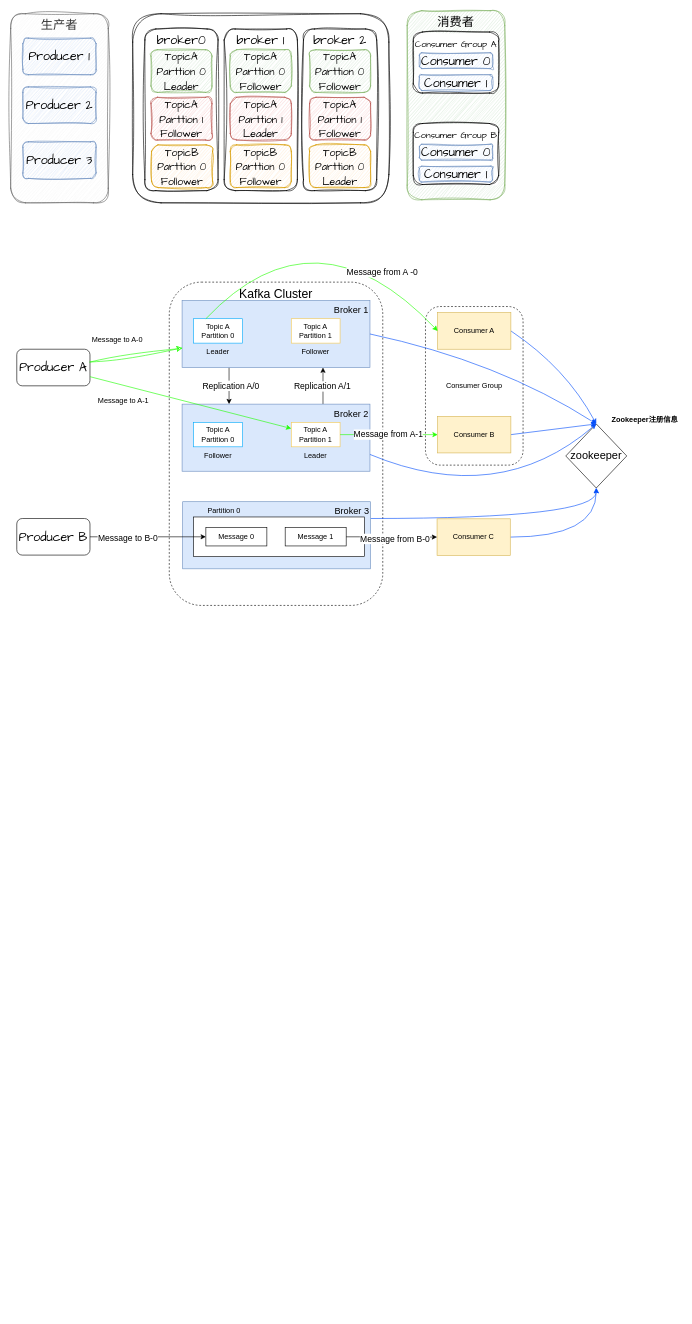
Earlier version of the draw.io diagram Kafka.drawio (codingpaidaxing/draw). Source tidied: cells renumbered, new cells numbered last; positions are measured from the earlier drawing's top-left corner, leaving out a move shared by most shapes. Both pictures are drawn from the tidied source at 61%, with x=0, y=0 at pixel (10, 10).
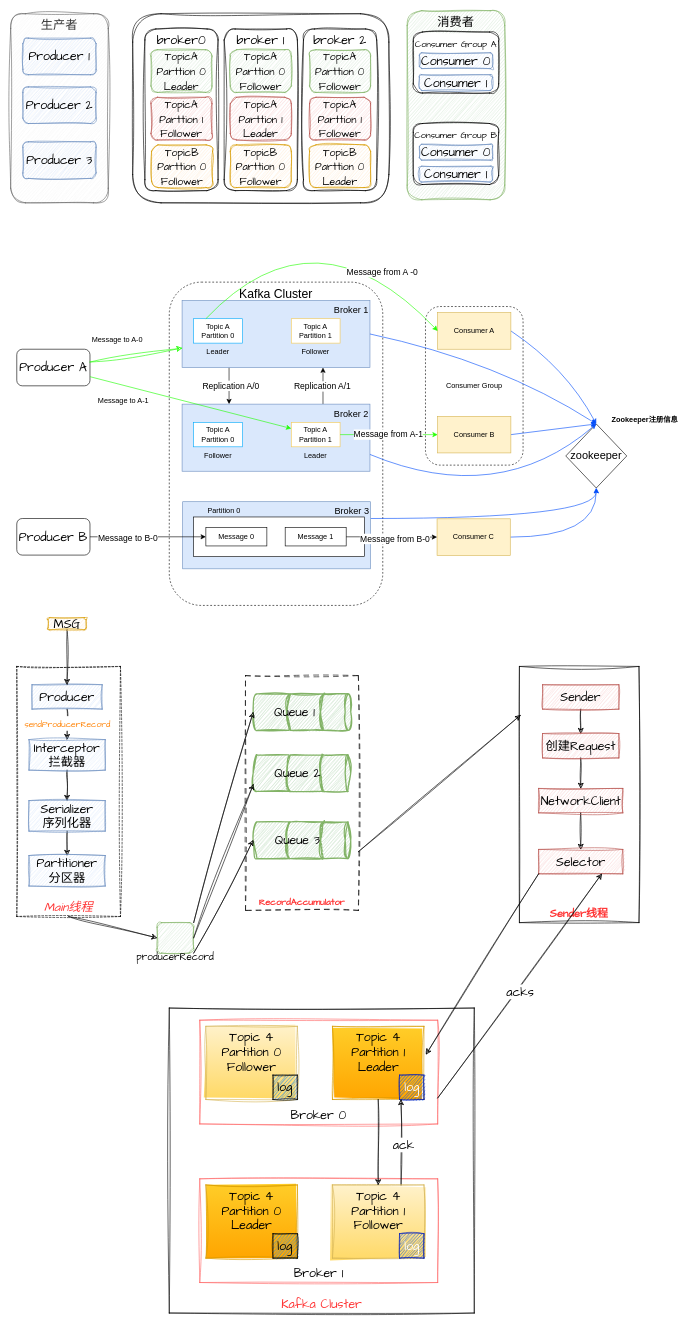
Above is the later version.

What changed in the source:
```diff
@@
+    <mxCell id="72" value="&lt;font color=&quot;#ff3333&quot;&gt;Kafka Cluster&lt;/font&gt;" style="rounded=0;whiteSpace=wrap;html=1;sketch=1;hachureGap=4;jiggle=2;curveFitting=1;fontFamily=Architects Daughter;fontSize=20;verticalAlign=bottom;" parent="1" vertex="1">
+      <mxGeometry x="260" y="1635" width="500" height="500" as="geometry" />
+    </mxCell>
+    <mxCell id="73" value="Broker 0" style="rounded=0;whiteSpace=wrap;html=1;sketch=1;hachureGap=4;jiggle=2;curveFitting=1;fontFamily=Architects Daughter;fontSize=20;verticalAlign=bottom;strokeColor=#FF6666;" parent="1" vertex="1">
+      <mxGeometry x="310" y="1655" width="390" height="170" as="geometry" />
+    </mxCell>
@@
+    <mxCell id="74" style="rounded=0;sketch=1;hachureGap=4;jiggle=2;curveFitting=1;jettySize=auto;html=1;exitX=0.5;exitY=1;exitDx=0;exitDy=0;fontFamily=Architects Daughter;fontSize=16;entryX=0;entryY=0.5;entryDx=0;entryDy=0;" parent="1" edge="1" source="75" target="86">
+      <mxGeometry relative="1" as="geometry" />
+    </mxCell>
+    <mxCell id="75" value="&lt;i&gt;&lt;font color=&quot;#ff3333&quot;&gt;Main线程&lt;/font&gt;&lt;/i&gt;" style="rounded=0;whiteSpace=wrap;html=1;sketch=1;hachureGap=4;jiggle=2;curveFitting=1;fontFamily=Architects Daughter;fontSize=20;dashed=1;verticalAlign=bottom;" parent="1" vertex="1">
+      <mxGeometry x="10" y="1075" width="170" height="410" as="geometry" />
+    </mxCell>
+    <mxCell id="76" style="edgeStyle=orthogonalEdgeStyle;rounded=0;sketch=1;hachureGap=4;jiggle=2;curveFitting=1;jettySize=auto;html=1;exitX=0.5;exitY=1;exitDx=0;exitDy=0;fontFamily=Architects Daughter;fontSize=16;" parent="1" edge="1" source="78" target="80">
+      <mxGeometry relative="1" as="geometry" />
+    </mxCell>
+    <mxCell id="77" value="&lt;font color=&quot;#ff8000&quot; style=&quot;font-size: 14px;&quot;&gt;sendProducerRecord&lt;/font&gt;" style="edgeLabel;html=1;align=center;verticalAlign=middle;fontSize=20;fontFamily=Architects Daughter;" parent="76" vertex="1">
+      <mxGeometry x="-0.12" relative="1" as="geometry" />
+    </mxCell>
+    <mxCell id="78" value="Producer" style="rounded=0;whiteSpace=wrap;html=1;sketch=1;hachureGap=4;jiggle=2;curveFitting=1;fontFamily=Architects Daughter;fontSize=20;fillColor=#dae8fc;strokeColor=#6c8ebf;" parent="1" vertex="1">
+      <mxGeometry x="35" y="1105" width="115" height="40" as="geometry" />
+    </mxCell>
+    <mxCell id="79" style="edgeStyle=orthogonalEdgeStyle;rounded=0;sketch=1;hachureGap=4;jiggle=2;curveFitting=1;jettySize=auto;html=1;exitX=0.5;exitY=1;exitDx=0;exitDy=0;fontFamily=Architects Daughter;fontSize=16;" parent="1" edge="1" source="80" target="82">
+      <mxGeometry relative="1" as="geometry" />
+    </mxCell>
+    <mxCell id="80" value="Interceptor&lt;br&gt;拦截器" style="rounded=0;whiteSpace=wrap;html=1;sketch=1;hachureGap=4;jiggle=2;curveFitting=1;fontFamily=Architects Daughter;fontSize=20;fillColor=#dae8fc;strokeColor=#6c8ebf;" parent="1" vertex="1">
+      <mxGeometry x="30" y="1195" width="125" height="50" as="geometry" />
+    </mxCell>
+    <mxCell id="81" style="edgeStyle=orthogonalEdgeStyle;rounded=0;sketch=1;hachureGap=4;jiggle=2;curveFitting=1;jettySize=auto;html=1;exitX=0.5;exitY=1;exitDx=0;exitDy=0;entryX=0.5;entryY=0;entryDx=0;entryDy=0;fontFamily=Architects Daughter;fontSize=16;" parent="1" edge="1" source="82" target="83">
+      <mxGeometry relative="1" as="geometry" />
+    </mxCell>
+    <mxCell id="82" value="Serializer&lt;br&gt;序列化器" style="rounded=0;whiteSpace=wrap;html=1;sketch=1;hachureGap=4;jiggle=2;curveFitting=1;fontFamily=Architects Daughter;fontSize=20;fillColor=#dae8fc;strokeColor=#6c8ebf;" parent="1" vertex="1">
+      <mxGeometry x="30" y="1295" width="125" height="50" as="geometry" />
+    </mxCell>
+    <mxCell id="83" value="Partitioner&lt;br&gt;分区器" style="rounded=0;whiteSpace=wrap;html=1;sketch=1;hachureGap=4;jiggle=2;curveFitting=1;fontFamily=Architects Daughter;fontSize=20;fillColor=#dae8fc;strokeColor=#6c8ebf;" parent="1" vertex="1">
+      <mxGeometry x="30" y="1385" width="125" height="50" as="geometry" />
+    </mxCell>
+    <mxCell id="84" style="edgeStyle=orthogonalEdgeStyle;rounded=0;sketch=1;hachureGap=4;jiggle=2;curveFitting=1;jettySize=auto;html=1;exitX=0.5;exitY=1;exitDx=0;exitDy=0;fontFamily=Architects Daughter;fontSize=16;" parent="1" edge="1" source="85" target="78">
+      <mxGeometry relative="1" as="geometry" />
+    </mxCell>
+    <mxCell id="85" value="MSG" style="rounded=1;whiteSpace=wrap;html=1;sketch=1;hachureGap=4;jiggle=2;curveFitting=1;fontFamily=Architects Daughter;fontSize=20;fillColor=#ffe6cc;strokeColor=#d79b00;" parent="1" vertex="1">
+      <mxGeometry x="61.2" y="995" width="62.5" height="20" as="geometry" />
+    </mxCell>
+    <mxCell id="86" style="rounded=1;whiteSpace=wrap;html=1;sketch=1;hachureGap=4;jiggle=2;curveFitting=1;fontFamily=Architects Daughter;fontSize=20;fillColor=#d5e8d4;strokeColor=#82b366;" parent="1" vertex="1">
+      <mxGeometry x="240" y="1495" width="60" height="50" as="geometry" />
+    </mxCell>
+    <mxCell id="87" value="&lt;font style=&quot;font-size: 16px;&quot;&gt;producerRecord&lt;/font&gt;" style="text;html=1;strokeColor=none;fillColor=none;align=center;verticalAlign=middle;whiteSpace=wrap;rounded=0;fontSize=20;fontFamily=Architects Daughter;" parent="1" vertex="1">
+      <mxGeometry x="240" y="1535" width="60" height="30" as="geometry" />
+    </mxCell>
+    <mxCell id="88" value="&lt;font style=&quot;font-size: 15px;&quot;&gt;RecordAccumulator&lt;/font&gt;" style="rounded=0;whiteSpace=wrap;html=1;sketch=1;hachureGap=4;jiggle=2;curveFitting=1;fontFamily=Architects Daughter;fontSize=20;verticalAlign=bottom;fontStyle=1;fontColor=#FF3333;dashed=1;dashPattern=8 8;" parent="1" vertex="1">
+      <mxGeometry x="385" y="1090" width="185" height="385" as="geometry" />
+    </mxCell>
+    <mxCell id="89" style="strokeWidth=2;html=1;shape=mxgraph.flowchart.stored_data;whiteSpace=wrap;sketch=1;hachureGap=4;jiggle=2;curveFitting=1;fontFamily=Architects Daughter;fontSize=20;fillColor=#d5e8d4;strokeColor=#82b366;" parent="1" vertex="1">
+      <mxGeometry x="452.5" y="1120" width="60" height="60" as="geometry" />
+    </mxCell>
+    <mxCell id="90" style="strokeWidth=2;html=1;shape=mxgraph.flowchart.direct_data;whiteSpace=wrap;sketch=1;hachureGap=4;jiggle=2;curveFitting=1;fontFamily=Architects Daughter;fontSize=20;fillColor=#d5e8d4;strokeColor=#82b366;" parent="1" vertex="1">
+      <mxGeometry x="507.5" y="1120" width="50" height="60" as="geometry" />
+    </mxCell>
+    <mxCell id="91" style="strokeWidth=2;html=1;shape=mxgraph.flowchart.stored_data;whiteSpace=wrap;sketch=1;hachureGap=4;jiggle=2;curveFitting=1;fontFamily=Architects Daughter;fontSize=20;fillColor=#d5e8d4;strokeColor=#82b366;" parent="1" vertex="1">
+      <mxGeometry x="397.5" y="1120" width="59" height="60" as="geometry" />
+    </mxCell>
+    <mxCell id="92" value="Queue 1" style="text;html=1;strokeColor=none;fillColor=none;align=center;verticalAlign=middle;whiteSpace=wrap;rounded=0;fontSize=20;fontFamily=Architects Daughter;" parent="1" vertex="1">
+      <mxGeometry x="422.5" y="1135" width="85" height="30" as="geometry" />
+    </mxCell>
+    <mxCell id="93" style="strokeWidth=2;html=1;shape=mxgraph.flowchart.stored_data;whiteSpace=wrap;sketch=1;hachureGap=4;jiggle=2;curveFitting=1;fontFamily=Architects Daughter;fontSize=20;fillColor=#d5e8d4;strokeColor=#82b366;" parent="1" vertex="1">
+      <mxGeometry x="452.5" y="1220" width="60" height="60" as="geometry" />
+    </mxCell>
+    <mxCell id="94" style="strokeWidth=2;html=1;shape=mxgraph.flowchart.direct_data;whiteSpace=wrap;sketch=1;hachureGap=4;jiggle=2;curveFitting=1;fontFamily=Architects Daughter;fontSize=20;fillColor=#d5e8d4;strokeColor=#82b366;" parent="1" vertex="1">
+      <mxGeometry x="507.5" y="1220" width="50" height="60" as="geometry" />
+    </mxCell>
+    <mxCell id="95" style="strokeWidth=2;html=1;shape=mxgraph.flowchart.stored_data;whiteSpace=wrap;sketch=1;hachureGap=4;jiggle=2;curveFitting=1;fontFamily=Architects Daughter;fontSize=20;fillColor=#d5e8d4;strokeColor=#82b366;" parent="1" vertex="1">
+      <mxGeometry x="397.5" y="1220" width="59" height="60" as="geometry" />
+    </mxCell>
+    <mxCell id="96" value="Queue 2" style="text;html=1;strokeColor=none;fillColor=none;align=center;verticalAlign=middle;whiteSpace=wrap;rounded=0;fontSize=20;fontFamily=Architects Daughter;" parent="1" vertex="1">
+      <mxGeometry x="422.5" y="1235" width="95" height="30" as="geometry" />
+    </mxCell>
+    <mxCell id="97" style="strokeWidth=2;html=1;shape=mxgraph.flowchart.stored_data;whiteSpace=wrap;sketch=1;hachureGap=4;jiggle=2;curveFitting=1;fontFamily=Architects Daughter;fontSize=20;fillColor=#d5e8d4;strokeColor=#82b366;" parent="1" vertex="1">
+      <mxGeometry x="452.5" y="1330" width="60" height="60" as="geometry" />
+    </mxCell>
+    <mxCell id="98" style="strokeWidth=2;html=1;shape=mxgraph.flowchart.direct_data;whiteSpace=wrap;sketch=1;hachureGap=4;jiggle=2;curveFitting=1;fontFamily=Architects Daughter;fontSize=20;fillColor=#d5e8d4;strokeColor=#82b366;" parent="1" vertex="1">
+      <mxGeometry x="507.5" y="1330" width="50" height="60" as="geometry" />
+    </mxCell>
+    <mxCell id="99" style="strokeWidth=2;html=1;shape=mxgraph.flowchart.stored_data;whiteSpace=wrap;sketch=1;hachureGap=4;jiggle=2;curveFitting=1;fontFamily=Architects Daughter;fontSize=20;fillColor=#d5e8d4;strokeColor=#82b366;" parent="1" vertex="1">
+      <mxGeometry x="397.5" y="1330" width="59" height="60" as="geometry" />
+    </mxCell>
+    <mxCell id="100" value="Queue 3" style="text;html=1;strokeColor=none;fillColor=none;align=center;verticalAlign=middle;whiteSpace=wrap;rounded=0;fontSize=20;fontFamily=Architects Daughter;" parent="1" vertex="1">
+      <mxGeometry x="422.5" y="1345" width="95" height="30" as="geometry" />
+    </mxCell>
+    <mxCell id="101" style="rounded=0;sketch=1;hachureGap=4;jiggle=2;curveFitting=1;jettySize=auto;html=1;exitX=1;exitY=0;exitDx=0;exitDy=0;entryX=0;entryY=0.5;entryDx=0;entryDy=0;entryPerimeter=0;fontFamily=Architects Daughter;fontSize=16;" parent="1" edge="1" source="86" target="91">
+      <mxGeometry relative="1" as="geometry" />
+    </mxCell>
+    <mxCell id="102" style="rounded=0;sketch=1;hachureGap=4;jiggle=2;curveFitting=1;jettySize=auto;html=1;exitX=1;exitY=0.5;exitDx=0;exitDy=0;entryX=0.008;entryY=0.8;entryDx=0;entryDy=0;entryPerimeter=0;fontFamily=Architects Daughter;fontSize=16;" parent="1" edge="1" source="86" target="95">
+      <mxGeometry relative="1" as="geometry" />
+    </mxCell>
+    <mxCell id="103" style="rounded=0;sketch=1;hachureGap=4;jiggle=2;curveFitting=1;jettySize=auto;html=1;exitX=1;exitY=1;exitDx=0;exitDy=0;entryX=0;entryY=0.5;entryDx=0;entryDy=0;entryPerimeter=0;fontFamily=Architects Daughter;fontSize=16;" parent="1" edge="1" source="86" target="99">
+      <mxGeometry relative="1" as="geometry" />
+    </mxCell>
+    <mxCell id="104" value="&lt;font color=&quot;#ff3333&quot; style=&quot;font-size: 18px;&quot;&gt;&lt;b&gt;Sender线程&lt;/b&gt;&lt;/font&gt;" style="rounded=0;whiteSpace=wrap;html=1;sketch=1;hachureGap=4;jiggle=2;curveFitting=1;fontFamily=Architects Daughter;fontSize=20;verticalAlign=bottom;fontColor=#401212;" parent="1" vertex="1">
+      <mxGeometry x="834" y="1075" width="196" height="420" as="geometry" />
+    </mxCell>
+    <mxCell id="105" style="edgeStyle=orthogonalEdgeStyle;rounded=0;sketch=1;hachureGap=4;jiggle=2;curveFitting=1;jettySize=auto;html=1;exitX=0.5;exitY=1;exitDx=0;exitDy=0;entryX=0.5;entryY=0;entryDx=0;entryDy=0;fontFamily=Architects Daughter;fontSize=16;" parent="1" edge="1" source="106" target="108">
+      <mxGeometry relative="1" as="geometry" />
+    </mxCell>
+    <mxCell id="106" value="Sender" style="rounded=0;whiteSpace=wrap;html=1;sketch=1;hachureGap=4;jiggle=2;curveFitting=1;fontFamily=Architects Daughter;fontSize=20;fillColor=#f8cecc;strokeColor=#b85450;" parent="1" vertex="1">
+      <mxGeometry x="872" y="1105" width="125" height="40" as="geometry" />
+    </mxCell>
+    <mxCell id="107" style="edgeStyle=orthogonalEdgeStyle;rounded=0;sketch=1;hachureGap=4;jiggle=2;curveFitting=1;jettySize=auto;html=1;exitX=0.5;exitY=1;exitDx=0;exitDy=0;entryX=0.5;entryY=0;entryDx=0;entryDy=0;fontFamily=Architects Daughter;fontSize=16;" parent="1" edge="1" source="108" target="110">
+      <mxGeometry relative="1" as="geometry" />
+    </mxCell>
+    <mxCell id="108" value="创建Request" style="rounded=0;whiteSpace=wrap;html=1;sketch=1;hachureGap=4;jiggle=2;curveFitting=1;fontFamily=Architects Daughter;fontSize=20;fillColor=#f8cecc;strokeColor=#b85450;" parent="1" vertex="1">
+      <mxGeometry x="872" y="1185" width="125" height="40" as="geometry" />
+    </mxCell>
+    <mxCell id="109" style="edgeStyle=orthogonalEdgeStyle;rounded=0;sketch=1;hachureGap=4;jiggle=2;curveFitting=1;jettySize=auto;html=1;fontFamily=Architects Daughter;fontSize=16;" parent="1" edge="1" source="110" target="111">
+      <mxGeometry relative="1" as="geometry" />
+    </mxCell>
+    <mxCell id="110" value="NetworkClient" style="rounded=0;whiteSpace=wrap;html=1;sketch=1;hachureGap=4;jiggle=2;curveFitting=1;fontFamily=Architects Daughter;fontSize=20;fillColor=#f8cecc;strokeColor=#b85450;" parent="1" vertex="1">
+      <mxGeometry x="865.5" y="1275" width="138" height="40" as="geometry" />
+    </mxCell>
+    <mxCell id="111" value="Selector" style="rounded=0;whiteSpace=wrap;html=1;sketch=1;hachureGap=4;jiggle=2;curveFitting=1;fontFamily=Architects Daughter;fontSize=20;fillColor=#f8cecc;strokeColor=#b85450;" parent="1" vertex="1">
+      <mxGeometry x="865.5" y="1375" width="138" height="40" as="geometry" />
+    </mxCell>
+    <mxCell id="112" style="rounded=0;sketch=1;hachureGap=4;jiggle=2;curveFitting=1;jettySize=auto;html=1;exitX=1;exitY=0.75;exitDx=0;exitDy=0;entryX=0.01;entryY=0.19;entryDx=0;entryDy=0;entryPerimeter=0;fontFamily=Architects Daughter;fontSize=16;" parent="1" edge="1" source="88" target="104">
+      <mxGeometry relative="1" as="geometry" />
+    </mxCell>
+    <mxCell id="113" value="Topic 4&lt;br&gt;Partition 0&lt;br&gt;Follower" style="rounded=0;whiteSpace=wrap;html=1;sketch=1;hachureGap=4;jiggle=2;curveFitting=1;fontFamily=Architects Daughter;fontSize=20;verticalAlign=top;fillColor=#fff2cc;strokeColor=#d6b656;gradientColor=#ffd966;" parent="1" vertex="1">
+      <mxGeometry x="320" y="1665" width="150" height="120" as="geometry" />
+    </mxCell>
+    <mxCell id="114" value="log" style="rounded=0;whiteSpace=wrap;html=1;sketch=1;hachureGap=4;jiggle=2;curveFitting=1;fontFamily=Architects Daughter;fontSize=20;fillColor=#0080ff;" parent="1" vertex="1">
+      <mxGeometry x="430" y="1745" width="40" height="40" as="geometry" />
+    </mxCell>
+    <mxCell id="115" value="Topic 4&lt;br&gt;Partition 1&lt;br&gt;Leader" style="rounded=0;whiteSpace=wrap;html=1;sketch=1;hachureGap=4;jiggle=2;curveFitting=1;fontFamily=Architects Daughter;fontSize=20;verticalAlign=top;fillColor=#ffcd28;strokeColor=#d79b00;gradientColor=#ffa500;" parent="1" vertex="1">
+      <mxGeometry x="527.5" y="1665" width="150" height="120" as="geometry" />
+    </mxCell>
+    <mxCell id="116" value="log" style="rounded=0;whiteSpace=wrap;html=1;sketch=1;hachureGap=4;jiggle=2;curveFitting=1;fontFamily=Architects Daughter;fontSize=20;fillColor=#0050ef;strokeColor=#001DBC;fontColor=#ffffff;" parent="1" vertex="1">
+      <mxGeometry x="637.5" y="1745" width="40" height="40" as="geometry" />
+    </mxCell>
+    <mxCell id="117" value="Broker 1" style="rounded=0;whiteSpace=wrap;html=1;sketch=1;hachureGap=4;jiggle=2;curveFitting=1;fontFamily=Architects Daughter;fontSize=20;verticalAlign=bottom;strokeColor=#FF6666;" parent="1" vertex="1">
+      <mxGeometry x="310" y="1915" width="390" height="170" as="geometry" />
+    </mxCell>
+    <mxCell id="118" value="Topic 4&lt;br&gt;Partition 0&lt;br&gt;Leader" style="rounded=0;whiteSpace=wrap;html=1;sketch=1;hachureGap=4;jiggle=2;curveFitting=1;fontFamily=Architects Daughter;fontSize=20;verticalAlign=top;fillColor=#ffcd28;strokeColor=#d79b00;gradientColor=#ffa500;" parent="1" vertex="1">
+      <mxGeometry x="320" y="1925" width="150" height="120" as="geometry" />
+    </mxCell>
+    <mxCell id="119" value="log" style="rounded=0;whiteSpace=wrap;html=1;sketch=1;hachureGap=4;jiggle=2;curveFitting=1;fontFamily=Architects Daughter;fontSize=20;fillColor=#0080ff;" parent="1" vertex="1">
+      <mxGeometry x="430" y="2005" width="40" height="40" as="geometry" />
+    </mxCell>
+    <mxCell id="120" style="edgeStyle=orthogonalEdgeStyle;rounded=0;sketch=1;hachureGap=4;jiggle=2;curveFitting=1;jettySize=auto;html=1;exitX=0.75;exitY=0;exitDx=0;exitDy=0;entryX=0.75;entryY=1;entryDx=0;entryDy=0;fontFamily=Architects Daughter;fontSize=16;" parent="1" edge="1" source="122" target="115">
+      <mxGeometry relative="1" as="geometry" />
+    </mxCell>
+    <mxCell id="121" value="ack" style="edgeLabel;html=1;align=center;verticalAlign=middle;fontSize=20;fontFamily=Architects Daughter;" parent="120" vertex="1">
+      <mxGeometry x="-0.04" y="-3" relative="1" as="geometry" />
+    </mxCell>
+    <mxCell id="122" value="Topic 4&lt;br&gt;Partition 1&lt;br&gt;Follower" style="rounded=0;whiteSpace=wrap;html=1;sketch=1;hachureGap=4;jiggle=2;curveFitting=1;fontFamily=Architects Daughter;fontSize=20;verticalAlign=top;fillColor=#fff2cc;strokeColor=#d6b656;gradientColor=#ffd966;" parent="1" vertex="1">
+      <mxGeometry x="527.5" y="1925" width="150" height="120" as="geometry" />
+    </mxCell>
+    <mxCell id="123" value="log" style="rounded=0;whiteSpace=wrap;html=1;sketch=1;hachureGap=4;jiggle=2;curveFitting=1;fontFamily=Architects Daughter;fontSize=20;fillColor=#0050ef;strokeColor=#001DBC;fontColor=#ffffff;" parent="1" vertex="1">
+      <mxGeometry x="637.5" y="2005" width="40" height="40" as="geometry" />
+    </mxCell>
+    <mxCell id="124" style="edgeStyle=orthogonalEdgeStyle;rounded=0;sketch=1;hachureGap=4;jiggle=2;curveFitting=1;jettySize=auto;html=1;exitX=0.5;exitY=1;exitDx=0;exitDy=0;fontFamily=Architects Daughter;fontSize=16;" parent="1" edge="1" source="115" target="122">
+      <mxGeometry relative="1" as="geometry" />
+    </mxCell>
+    <mxCell id="125" style="rounded=0;sketch=1;hachureGap=4;jiggle=2;curveFitting=1;jettySize=auto;html=1;exitX=1;exitY=0.75;exitDx=0;exitDy=0;entryX=0.75;entryY=1;entryDx=0;entryDy=0;fontFamily=Architects Daughter;fontSize=16;strokeWidth=1;startSize=7;" parent="1" edge="1" source="73" target="111">
+      <mxGeometry relative="1" as="geometry" />
+    </mxCell>
+    <mxCell id="126" value="acks" style="edgeLabel;html=1;align=center;verticalAlign=middle;fontSize=20;fontFamily=Architects Daughter;" parent="125" vertex="1">
+      <mxGeometry x="-0.03" y="-5" relative="1" as="geometry" />
+    </mxCell>
+    <mxCell id="127" style="rounded=0;sketch=1;hachureGap=4;jiggle=2;curveFitting=1;jettySize=auto;html=1;exitX=0;exitY=1;exitDx=0;exitDy=0;entryX=1.023;entryY=0.383;entryDx=0;entryDy=0;entryPerimeter=0;fontFamily=Architects Daughter;fontSize=16;" parent="1" edge="1" source="111" target="115">
+      <mxGeometry relative="1" as="geometry" />
+    </mxCell>
```
